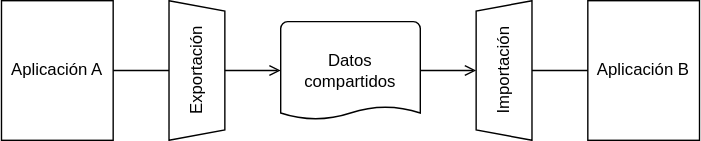
The draw.io diagram diagrams/File_Transfer.svg in ucudal/ANDIS_Conceptos, before a commit. Source tidied: cells renumbered, new cells last; positions are measured from the earlier drawing's top-left corner, leaving out a move shared by most shapes.
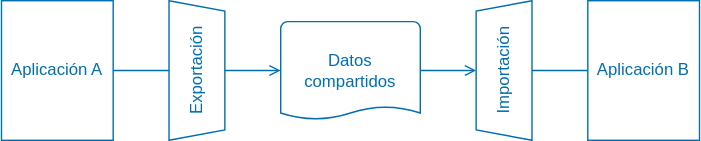
Above is the later version.

Change to the diagram source:
```diff
@@ -2,31 +2,31 @@
   <root>
     <mxCell id="0" />
     <mxCell id="1" parent="0" />
-    <mxCell id="2" style="edgeStyle=none;html=1;endArrow=none;endFill=0;strokeColor=light-dark(#000000,#006EAF);fontColor=light-dark(#000000,#006EAF);" parent="1" edge="1" source="3" target="8">
+    <mxCell id="2" style="edgeStyle=none;html=1;endArrow=none;endFill=0;strokeColor=light-dark(#006EAF,#006EAF);fontColor=light-dark(#006EAF,#006EAF);" parent="1" edge="1" source="3" target="8">
       <mxGeometry relative="1" as="geometry" />
     </mxCell>
-    <mxCell id="3" value="Aplicación A" style="rounded=0;whiteSpace=wrap;html=1;strokeColor=light-dark(#000000,#006EAF);fontColor=light-dark(#000000,#006EAF);fillColor=none;" parent="1" vertex="1">
+    <mxCell id="3" value="Aplicación A" style="rounded=0;whiteSpace=wrap;html=1;strokeColor=light-dark(#006EAF,#006EAF);fontColor=light-dark(#006EAF,#006EAF);fillColor=none;" parent="1" vertex="1">
       <mxGeometry width="80" height="100" as="geometry" />
     </mxCell>
-    <mxCell id="4" value="Aplicación B" style="rounded=0;whiteSpace=wrap;html=1;strokeColor=light-dark(#000000,#006EAF);fontColor=light-dark(#000000,#006EAF);fillColor=none;" parent="1" vertex="1">
+    <mxCell id="4" value="Aplicación B" style="rounded=0;whiteSpace=wrap;html=1;strokeColor=light-dark(#006EAF,#006EAF);fontColor=light-dark(#006EAF,#006EAF);fillColor=none;" parent="1" vertex="1">
       <mxGeometry x="420" width="80" height="100" as="geometry" />
     </mxCell>
-    <mxCell id="5" style="edgeStyle=none;html=1;endArrow=open;endFill=0;strokeColor=light-dark(#000000,#006EAF);fontColor=light-dark(#000000,#006EAF);" parent="1" edge="1" source="6" target="10">
+    <mxCell id="5" style="edgeStyle=none;html=1;endArrow=open;endFill=0;strokeColor=light-dark(#006EAF,#006EAF);fontColor=light-dark(#006EAF,#006EAF);" parent="1" edge="1" source="6" target="10">
       <mxGeometry relative="1" as="geometry" />
     </mxCell>
-    <mxCell id="6" value="Datos compartidos" style="strokeWidth=1;html=1;shape=mxgraph.flowchart.document2;whiteSpace=wrap;size=0.13076923076923078;strokeColor=light-dark(#000000,#006EAF);fontColor=light-dark(#000000,#006EAF);fillColor=none;" parent="1" vertex="1">
+    <mxCell id="6" value="Datos compartidos" style="strokeWidth=1;html=1;shape=mxgraph.flowchart.document2;whiteSpace=wrap;size=0.13076923076923078;strokeColor=light-dark(#006EAF,#006EAF);fontColor=light-dark(#006EAF,#006EAF);fillColor=none;" parent="1" vertex="1">
       <mxGeometry x="200" y="15" width="100" height="70" as="geometry" />
     </mxCell>
-    <mxCell id="7" style="edgeStyle=none;html=1;endArrow=open;endFill=0;strokeColor=light-dark(#000000,#006EAF);fontColor=light-dark(#000000,#006EAF);" parent="1" edge="1" source="8" target="6">
+    <mxCell id="7" style="edgeStyle=none;html=1;endArrow=open;endFill=0;strokeColor=light-dark(#006EAF,#006EAF);fontColor=light-dark(#006EAF,#006EAF);" parent="1" edge="1" source="8" target="6">
       <mxGeometry relative="1" as="geometry" />
     </mxCell>
-    <mxCell id="8" value="Exportación" style="verticalLabelPosition=middle;verticalAlign=middle;html=1;shape=trapezoid;perimeter=trapezoidPerimeter;whiteSpace=wrap;size=0.07500000000000001;arcSize=10;flipV=1;labelPosition=center;align=center;rotation=-90;strokeColor=light-dark(#000000,#006EAF);fontColor=light-dark(#000000,#006EAF);fillColor=none;" parent="1" vertex="1">
+    <mxCell id="8" value="Exportación" style="verticalLabelPosition=middle;verticalAlign=middle;html=1;shape=trapezoid;perimeter=trapezoidPerimeter;whiteSpace=wrap;size=0.07500000000000001;arcSize=10;flipV=1;labelPosition=center;align=center;rotation=-90;strokeColor=light-dark(#006EAF,#006EAF);fontColor=light-dark(#006EAF,#006EAF);fillColor=none;" parent="1" vertex="1">
       <mxGeometry x="90" y="30" width="100" height="40" as="geometry" />
     </mxCell>
-    <mxCell id="9" style="edgeStyle=none;html=1;endArrow=none;endFill=0;strokeColor=light-dark(#000000,#006EAF);fontColor=light-dark(#000000,#006EAF);" parent="1" edge="1" source="10" target="4">
+    <mxCell id="9" style="edgeStyle=none;html=1;endArrow=none;endFill=0;strokeColor=light-dark(#006EAF,#006EAF);fontColor=light-dark(#006EAF,#006EAF);" parent="1" edge="1" source="10" target="4">
       <mxGeometry relative="1" as="geometry" />
     </mxCell>
-    <mxCell id="10" value="Importación" style="verticalLabelPosition=middle;verticalAlign=middle;html=1;shape=trapezoid;perimeter=trapezoidPerimeter;whiteSpace=wrap;size=0.07500000000000001;arcSize=10;flipV=0;labelPosition=center;align=center;rotation=-90;strokeColor=light-dark(#000000,#006EAF);fontColor=light-dark(#000000,#006EAF);fillColor=none;" parent="1" vertex="1">
+    <mxCell id="10" value="Importación" style="verticalLabelPosition=middle;verticalAlign=middle;html=1;shape=trapezoid;perimeter=trapezoidPerimeter;whiteSpace=wrap;size=0.07500000000000001;arcSize=10;flipV=0;labelPosition=center;align=center;rotation=-90;strokeColor=light-dark(#006EAF,#006EAF);fontColor=light-dark(#006EAF,#006EAF);fillColor=none;" parent="1" vertex="1">
       <mxGeometry x="310" y="30" width="100" height="40" as="geometry" />
     </mxCell>
   </root>
```
